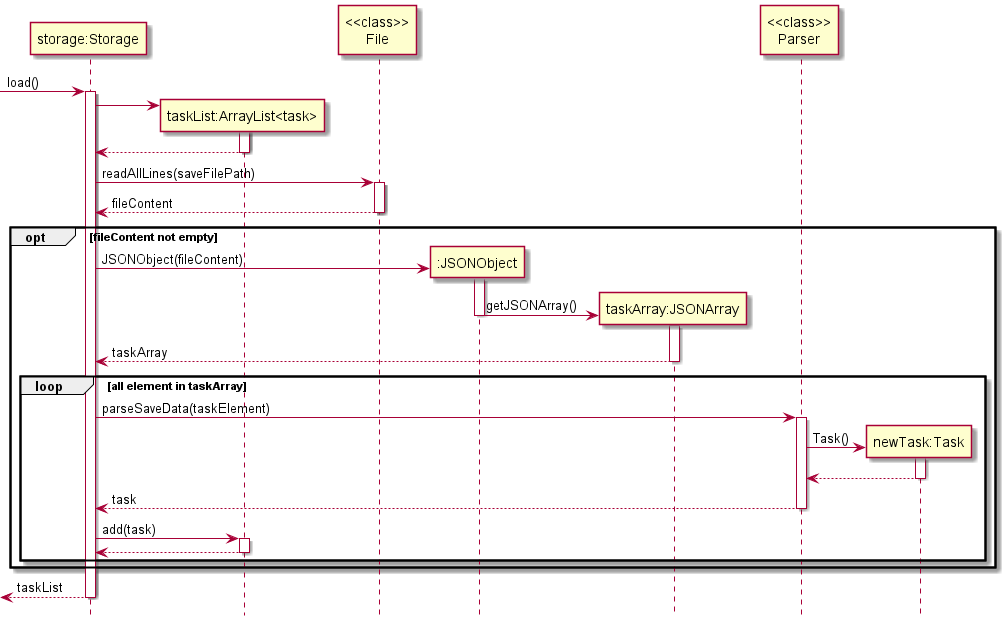
Before: docs/images/StorageLoadSD.png, a diagram exported from PlantUML (nus-cs2113-AY2122S2/tp).
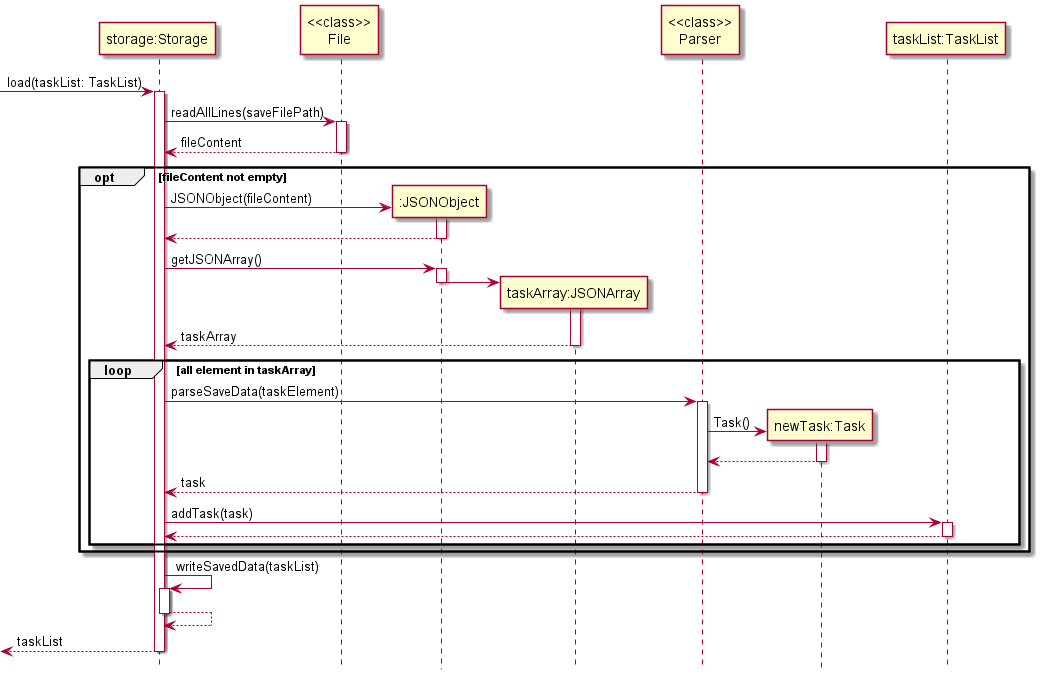
After the change.

Commit message:
Update sequence diagram for storage

Change to the diagram source:
```diff
@@ -2,18 +2,14 @@
 
 hide footbox
 participant Storage as "storage:Storage"
-participant List as "taskList:ArrayList<task>"
 participant File as "<<class>>\nFile"
 participant JSONObject as ":JSONObject"
 participant JSONArray as "taskArray:JSONArray"
 participant Parser as "<<class>>\nParser"
 participant Task as "newTask:Task"
+participant List as "taskList:TaskList"
 
-[-> Storage ++: load()
-
-create List
-Storage -> List ++:
-List --> Storage --
+[-> Storage ++: load(taskList: TaskList)
 
 Storage -> File as "<<class>>\nFile" ++: readAllLines(saveFilePath)
 
@@ -22,12 +18,15 @@
 opt fileContent not empty
     create JSONObject
     Storage -> JSONObject ++: JSONObject(fileContent)
+    JSONObject --> Storage --:
+
+    Storage -> JSONObject ++:getJSONArray()
 
     create JSONArray
-    JSONObject -> JSONArray ++:getJSONArray()
+    JSONObject -> JSONArray ++:
     deactivate JSONObject
 
-    JSONArray --> Storage -- : taskArray
+    JSONArray --> Storage --: taskArray
 
     loop all element in taskArray
         Storage -> Parser ++: parseSaveData(taskElement)
@@ -39,9 +38,11 @@
 
         Parser --> Storage --: task
 
-        Storage -> List ++: add(task)
+        Storage -> List ++: addTask(task)
         List --> Storage --
     end
 end
+Storage -> Storage ++ : writeSavedData(taskList)
+Storage --> Storage --
 return taskList
 @enduml
```
